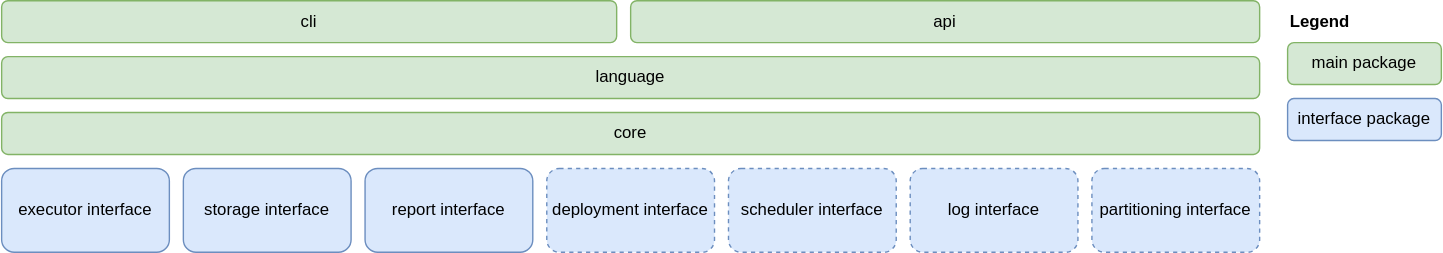
The draw.io diagram docs/project_info/img/architecture.svg in snakemake/snakemake, before a commit. Source tidied: cells renumbered, new cells last; positions are measured from the earlier drawing's top-left corner, leaving out a move shared by most shapes.
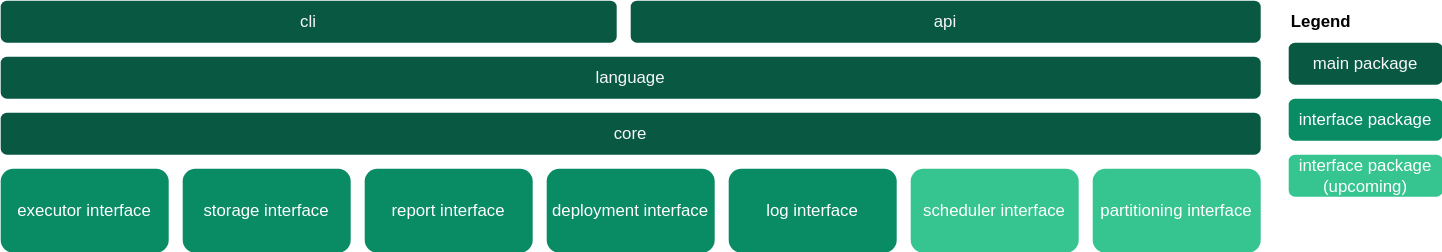
After the change.

What changed in the source:
```diff
@@ -2,47 +2,50 @@
   <root>
     <mxCell id="0" />
     <mxCell id="1" parent="0" />
-    <mxCell id="2" value="core" style="rounded=1;whiteSpace=wrap;html=1;fillColor=#d5e8d4;strokeColor=#82b366;" parent="1" vertex="1">
+    <mxCell id="2" value="core" style="rounded=1;whiteSpace=wrap;html=1;fillColor=#095942;strokeColor=none;fontColor=#F7F7F7;" parent="1" vertex="1">
       <mxGeometry y="80" width="900" height="30" as="geometry" />
     </mxCell>
-    <mxCell id="3" value="executor interface" style="rounded=1;whiteSpace=wrap;html=1;fillColor=#dae8fc;strokeColor=#6c8ebf;" parent="1" vertex="1">
+    <mxCell id="3" value="executor interface" style="rounded=1;whiteSpace=wrap;html=1;fillColor=#098B63;strokeColor=none;fontColor=#FFFFFF;" parent="1" vertex="1">
       <mxGeometry y="120" width="120" height="60" as="geometry" />
     </mxCell>
-    <mxCell id="4" value="storage interface" style="rounded=1;whiteSpace=wrap;html=1;fillColor=#dae8fc;strokeColor=#6c8ebf;" parent="1" vertex="1">
+    <mxCell id="4" value="storage interface" style="rounded=1;whiteSpace=wrap;html=1;fillColor=#098B63;strokeColor=none;fontColor=#FFFFFF;" parent="1" vertex="1">
       <mxGeometry x="130" y="120" width="120" height="60" as="geometry" />
     </mxCell>
-    <mxCell id="5" value="report interface" style="rounded=1;whiteSpace=wrap;html=1;fillColor=#dae8fc;strokeColor=#6c8ebf;" parent="1" vertex="1">
+    <mxCell id="5" value="report interface" style="rounded=1;whiteSpace=wrap;html=1;fillColor=#098B63;strokeColor=none;fontColor=#FFFFFF;" parent="1" vertex="1">
       <mxGeometry x="260" y="120" width="120" height="60" as="geometry" />
     </mxCell>
-    <mxCell id="6" value="deployment interface" style="rounded=1;whiteSpace=wrap;html=1;dashed=1;fillColor=#dae8fc;strokeColor=#6c8ebf;" parent="1" vertex="1">
+    <mxCell id="6" value="deployment interface" style="rounded=1;whiteSpace=wrap;html=1;dashed=1;fillColor=#098B63;strokeColor=none;fontColor=#FFFFFF;" parent="1" vertex="1">
       <mxGeometry x="390" y="120" width="120" height="60" as="geometry" />
     </mxCell>
-    <mxCell id="7" value="scheduler interface" style="rounded=1;whiteSpace=wrap;html=1;dashed=1;fillColor=#dae8fc;strokeColor=#6c8ebf;" parent="1" vertex="1">
-      <mxGeometry x="520" y="120" width="120" height="60" as="geometry" />
+    <mxCell id="7" value="scheduler interface" style="rounded=1;whiteSpace=wrap;html=1;dashed=1;fillColor=#36C591;strokeColor=none;fontColor=#FFFFFF;" parent="1" vertex="1">
+      <mxGeometry x="650" y="120" width="120" height="60" as="geometry" />
     </mxCell>
-    <mxCell id="8" value="language" style="rounded=1;whiteSpace=wrap;html=1;fillColor=#d5e8d4;strokeColor=#82b366;" parent="1" vertex="1">
+    <mxCell id="8" value="language" style="rounded=1;whiteSpace=wrap;html=1;fillColor=#095942;strokeColor=none;fontColor=#F7F7F7;" parent="1" vertex="1">
       <mxGeometry y="40" width="900" height="30" as="geometry" />
     </mxCell>
-    <mxCell id="9" value="cli" style="rounded=1;whiteSpace=wrap;html=1;fillColor=#d5e8d4;strokeColor=#82b366;" parent="1" vertex="1">
+    <mxCell id="9" value="cli" style="rounded=1;whiteSpace=wrap;html=1;fillColor=#095942;strokeColor=none;fontColor=#F7F7F7;" parent="1" vertex="1">
       <mxGeometry width="440" height="30" as="geometry" />
     </mxCell>
-    <mxCell id="10" value="api" style="rounded=1;whiteSpace=wrap;html=1;fillColor=#d5e8d4;strokeColor=#82b366;" parent="1" vertex="1">
+    <mxCell id="10" value="api" style="rounded=1;whiteSpace=wrap;html=1;fillColor=#095942;strokeColor=none;fontColor=#F7F7F7;" parent="1" vertex="1">
       <mxGeometry x="450" width="450" height="30" as="geometry" />
     </mxCell>
-    <mxCell id="11" value="main package" style="rounded=1;whiteSpace=wrap;html=1;fillColor=#d5e8d4;strokeColor=#82b366;" parent="1" vertex="1">
+    <mxCell id="11" value="main package" style="rounded=1;whiteSpace=wrap;html=1;fillColor=#095942;strokeColor=none;fontColor=#F7F7F7;" parent="1" vertex="1">
       <mxGeometry x="920" y="30" width="110" height="30" as="geometry" />
     </mxCell>
-    <mxCell id="12" value="interface package" style="rounded=1;whiteSpace=wrap;html=1;fillColor=#dae8fc;strokeColor=#6c8ebf;" parent="1" vertex="1">
+    <mxCell id="12" value="interface package" style="rounded=1;whiteSpace=wrap;html=1;fillColor=#098B63;strokeColor=none;fontColor=#FFFFFF;" parent="1" vertex="1">
       <mxGeometry x="920" y="70" width="110" height="30" as="geometry" />
     </mxCell>
     <mxCell id="13" value="&lt;div align=&quot;left&quot;&gt;&lt;b&gt;Legend&lt;/b&gt;&lt;/div&gt;" style="text;html=1;align=left;verticalAlign=middle;whiteSpace=wrap;rounded=0;" parent="1" vertex="1">
       <mxGeometry x="920" width="60" height="30" as="geometry" />
     </mxCell>
-    <mxCell id="14" value="log interface" style="rounded=1;whiteSpace=wrap;html=1;dashed=1;fillColor=#dae8fc;strokeColor=#6c8ebf;" parent="1" vertex="1">
-      <mxGeometry x="650" y="120" width="120" height="60" as="geometry" />
+    <mxCell id="14" value="log interface" style="rounded=1;whiteSpace=wrap;html=1;dashed=1;fillColor=#098B63;strokeColor=none;fontColor=#FFFFFF;" parent="1" vertex="1">
+      <mxGeometry x="520" y="120" width="120" height="60" as="geometry" />
     </mxCell>
-    <mxCell id="15" value="partitioning interface" style="rounded=1;whiteSpace=wrap;html=1;dashed=1;fillColor=#dae8fc;strokeColor=#6c8ebf;" parent="1" vertex="1">
+    <mxCell id="15" value="partitioning interface" style="rounded=1;whiteSpace=wrap;html=1;dashed=1;fillColor=#36C591;strokeColor=none;fontColor=#FFFFFF;" parent="1" vertex="1">
       <mxGeometry x="780" y="120" width="120" height="60" as="geometry" />
     </mxCell>
+    <mxCell id="16" value="interface package (upcoming)" style="rounded=1;whiteSpace=wrap;html=1;fillColor=#36C591;strokeColor=none;fontColor=#FFFFFF;" parent="1" vertex="1">
+      <mxGeometry x="920" y="110" width="110" height="30" as="geometry" />
+    </mxCell>
   </root>
 </mxGraphModel>
```
